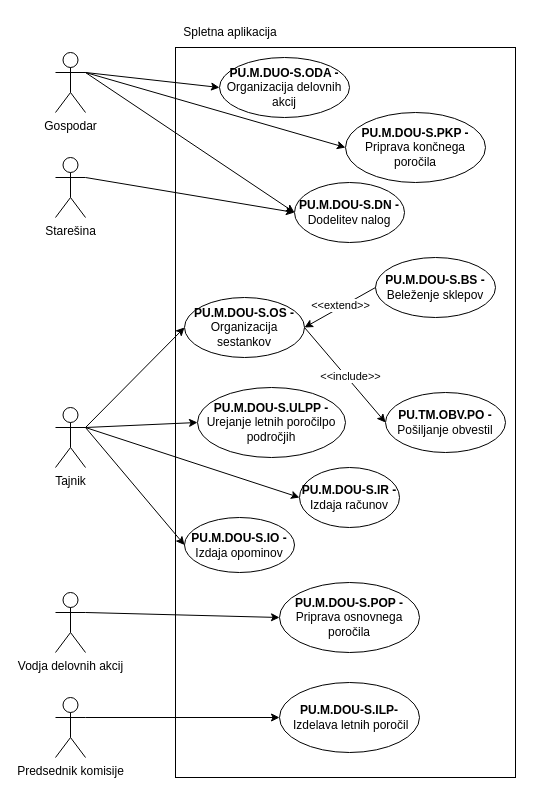
Before: Delovanje upravnega odbora-Spletna aplikacija.drawio in ErnestISv/Lovstvo, a draw.io diagram. Source tidied: cells renumbered, new cells numbered last; positions are measured from the earlier drawing's top-left corner, leaving out a move shared by most shapes. Both pictures are drawn from the tidied source at 100%, with x=0, y=0 at pixel (55, 17).
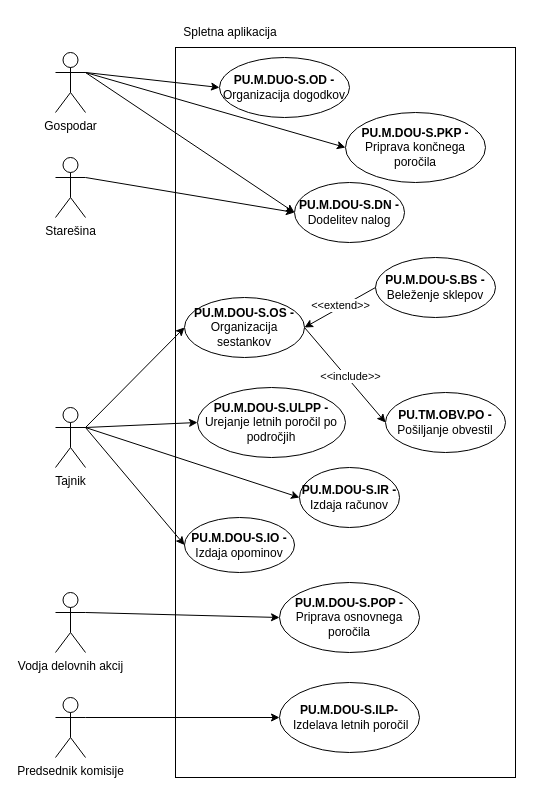
The same page after the edit.

The edit, as a diff of the source:
```diff
@@
-    <mxCell id="7" value="&lt;b&gt;PU.M.DUO-S.ODA -&lt;/b&gt; Organizacija delovnih akcij" style="ellipse;whiteSpace=wrap;html=1;" parent="1" vertex="1">
+    <mxCell id="7" value="&lt;b&gt;PU.M.DUO-S.OD -&lt;/b&gt; Organizacija dogodkov" style="ellipse;whiteSpace=wrap;html=1;" parent="1" vertex="1">
       <mxGeometry x="164" y="40" width="130" height="60" as="geometry" />
     </mxCell>
@@
-    <mxCell id="12" value="&lt;b&gt;PU.M.DOU-S.ULPP -&lt;/b&gt; Urejanje letnih poročilpo področjih" style="ellipse;whiteSpace=wrap;html=1;" parent="1" vertex="1">
+    <mxCell id="12" value="&lt;b&gt;PU.M.DOU-S.ULPP -&lt;/b&gt; Urejanje letnih poročil po področjih" style="ellipse;whiteSpace=wrap;html=1;" parent="1" vertex="1">
       <mxGeometry x="142" y="370" width="148" height="70" as="geometry" />
     </mxCell>
```
